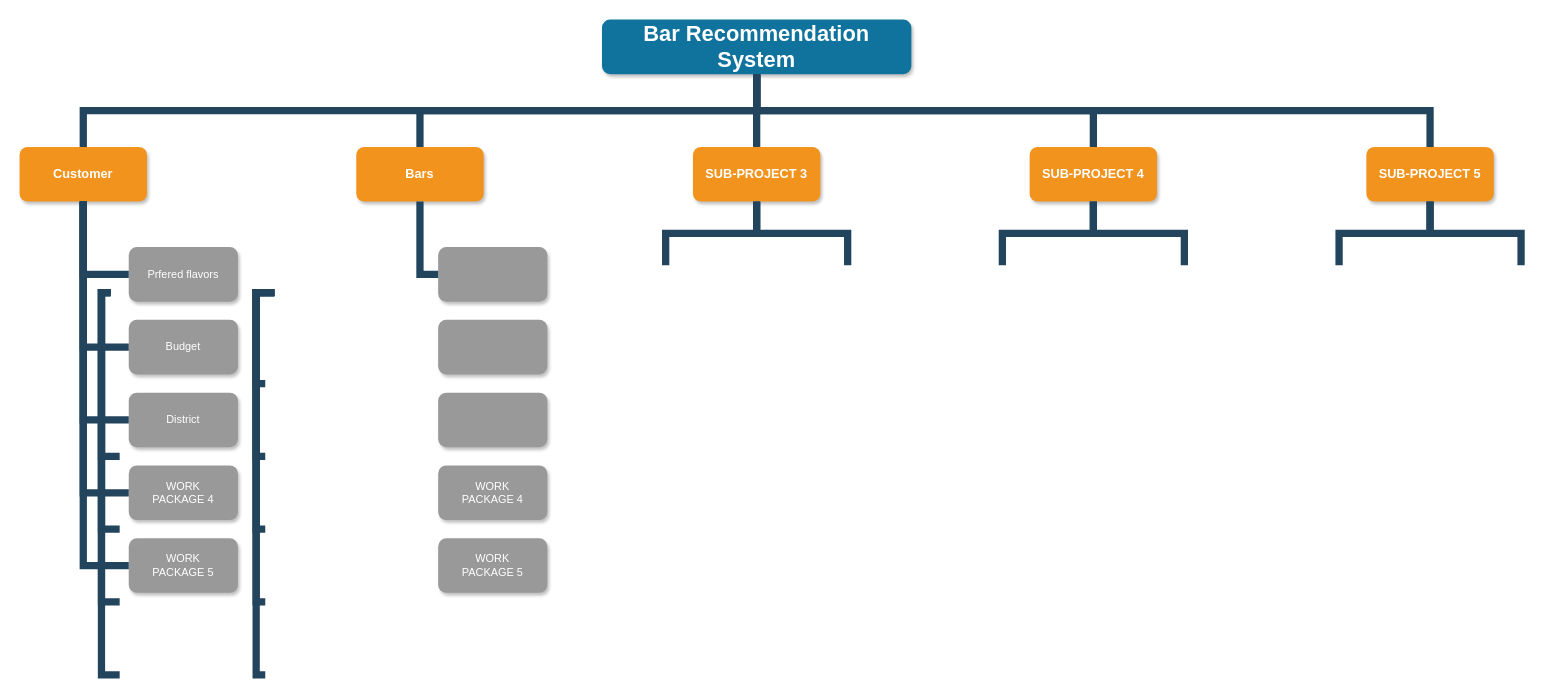
Above: DBMS_System_Fuctions.drawio in tp12356twNccu/Database_NCCU (draw.io), before the change. Source tidied: cells renumbered, new cells numbered last; positions are measured from the earlier drawing's top-left corner, leaving out a move shared by most shapes. Both pictures are drawn from the tidied source at 91%, with x=0, y=0 at pixel (19, 19).
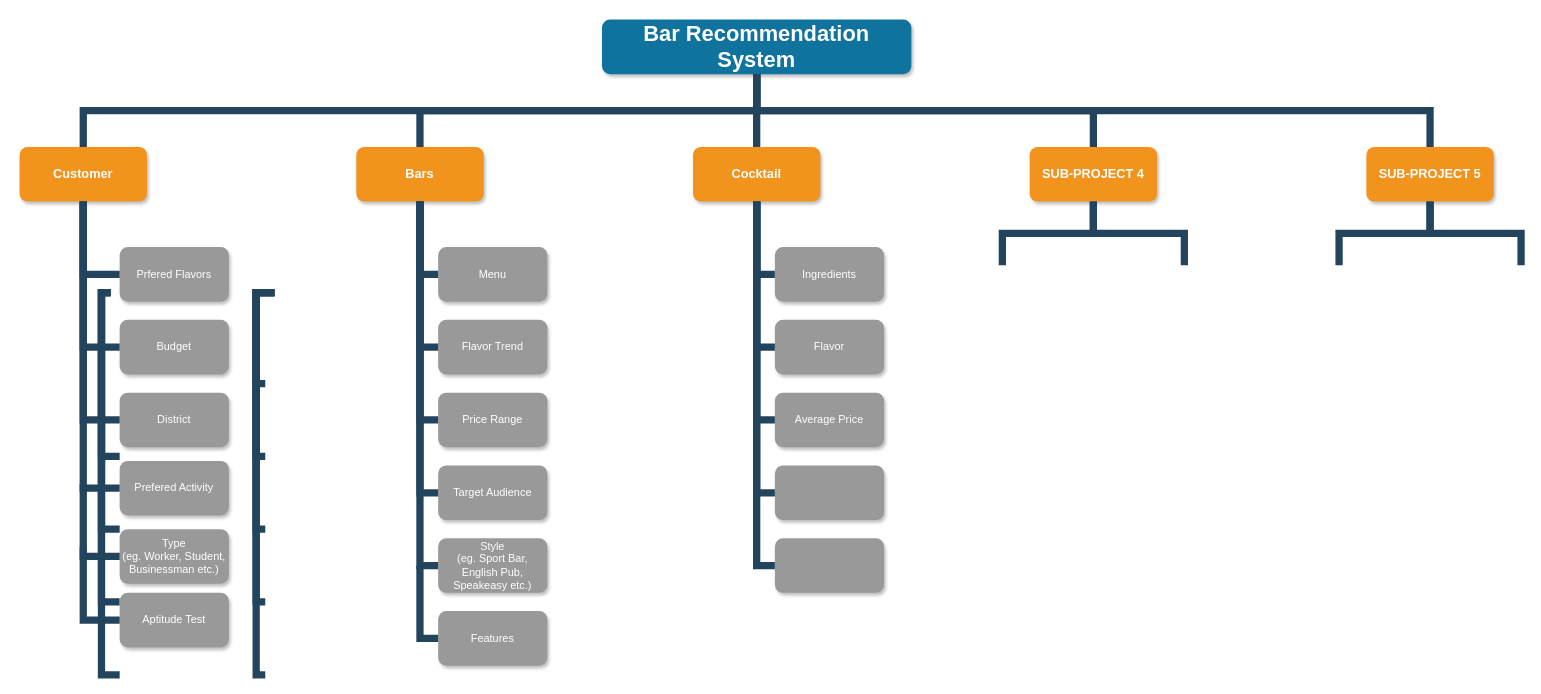
Above is the later version.

The change refers to these unchanged cells:
```xml
<mxCell id="2" value="Bar Recommendation System" style="whiteSpace=wrap;rounded=1;shadow=1;fillColor=#10739E;strokeColor=none;fontColor=#FFFFFF;fontStyle=1;fontSize=24;" parent="1" vertex="1">
  <mxGeometry x="640" width="340" height="60" as="geometry" />
</mxCell>
<mxCell id="3" value="Customer" style="whiteSpace=wrap;rounded=1;fillColor=#F2931E;strokeColor=none;shadow=1;fontColor=#FFFFFF;fontStyle=1;fontSize=14;" parent="1" vertex="1">
  <mxGeometry y="140" width="140" height="60" as="geometry" />
</mxCell>
<mxCell id="4" value="Bars" style="whiteSpace=wrap;rounded=1;fillColor=#F2931E;strokeColor=none;shadow=1;fontColor=#FFFFFF;fontStyle=1;fontSize=14;" parent="1" vertex="1">
  <mxGeometry x="370" y="140" width="140" height="60" as="geometry" />
</mxCell>
```

Diff of the diagram source:
```diff
@@
-    <mxCell id="5" value="SUB-PROJECT 3" style="whiteSpace=wrap;rounded=1;fillColor=#F2931E;strokeColor=none;shadow=1;fontColor=#FFFFFF;fontStyle=1;fontSize=14;" parent="1" vertex="1">
-      <mxGeometry x="740" y="140" width="140" height="60" as="geometry" />
-    </mxCell>
@@
-    <mxCell id="8" value="Prfered flavors" style="whiteSpace=wrap;rounded=1;fillColor=#999999;strokeColor=none;shadow=1;fontColor=#FFFFFF;fontStyle=0;" parent="1" vertex="1">
-      <mxGeometry x="120" y="250" width="120" height="60" as="geometry" />
+    <mxCell id="8" value="Prfered Flavors" style="whiteSpace=wrap;rounded=1;fillColor=#999999;strokeColor=none;shadow=1;fontColor=#FFFFFF;fontStyle=0;" parent="1" vertex="1">
+      <mxGeometry x="110" y="250" width="120" height="60" as="geometry" />
     </mxCell>
     <mxCell id="9" value="Budget" style="whiteSpace=wrap;rounded=1;fillColor=#999999;strokeColor=none;shadow=1;fontColor=#FFFFFF;fontStyle=0;" parent="1" vertex="1">
-      <mxGeometry x="120" y="330" width="120" height="60" as="geometry" />
+      <mxGeometry x="110" y="330" width="120" height="60" as="geometry" />
     </mxCell>
     <mxCell id="10" value="District" style="whiteSpace=wrap;rounded=1;fillColor=#999999;strokeColor=none;shadow=1;fontColor=#FFFFFF;fontStyle=0;" parent="1" vertex="1">
-      <mxGeometry x="120" y="410" width="120" height="60" as="geometry" />
+      <mxGeometry x="110" y="410" width="120" height="60" as="geometry" />
     </mxCell>
-    <mxCell id="11" value="WORK&#10;PACKAGE 4" style="whiteSpace=wrap;rounded=1;fillColor=#999999;strokeColor=none;shadow=1;fontColor=#FFFFFF;fontStyle=0;" parent="1" vertex="1">
-      <mxGeometry x="120" y="490" width="120" height="60" as="geometry" />
-    </mxCell>
-    <mxCell id="12" value="WORK&#10;PACKAGE 5" style="whiteSpace=wrap;rounded=1;fillColor=#999999;strokeColor=none;shadow=1;fontColor=#FFFFFF;fontStyle=0;" parent="1" vertex="1">
-      <mxGeometry x="120" y="570" width="120" height="60" as="geometry" />
-    </mxCell>
@@
-    <mxCell id="22" style="edgeStyle=elbowEdgeStyle;elbow=vertical;rounded=0;fontColor=#000000;endArrow=none;endFill=0;strokeWidth=8;strokeColor=#23445D;" parent="1" edge="1" source="5">
-      <mxGeometry relative="1" as="geometry">
-        <mxPoint x="710" y="270" as="targetPoint" />
-      </mxGeometry>
-    </mxCell>
-    <mxCell id="23" style="edgeStyle=elbowEdgeStyle;elbow=vertical;rounded=0;fontColor=#000000;endArrow=none;endFill=0;strokeWidth=8;strokeColor=#23445D;" parent="1" edge="1" source="5">
-      <mxGeometry relative="1" as="geometry">
-        <mxPoint x="910" y="270" as="targetPoint" />
-      </mxGeometry>
-    </mxCell>
@@
-    <mxCell id="30" style="edgeStyle=elbowEdgeStyle;elbow=vertical;rounded=0;fontColor=#000000;endArrow=none;endFill=0;strokeWidth=8;strokeColor=#23445D;" parent="1" edge="1" source="2" target="5">
+    <mxCell id="30" style="edgeStyle=elbowEdgeStyle;elbow=vertical;rounded=0;fontColor=#000000;endArrow=none;endFill=0;strokeWidth=8;strokeColor=#23445D;entryX=0.5;entryY=0;entryDx=0;entryDy=0;" parent="1" edge="1" source="2" target="52">
       <mxGeometry relative="1" as="geometry" />
     </mxCell>
@@
-    <mxCell id="36" style="edgeStyle=elbowEdgeStyle;elbow=horizontal;rounded=0;fontColor=#000000;endArrow=none;endFill=0;strokeWidth=8;strokeColor=#23445D;exitX=0.5;exitY=1;exitDx=0;exitDy=0;entryX=0;entryY=0.5;entryDx=0;entryDy=0;" parent="1" edge="1" target="11">
-      <mxGeometry relative="1" as="geometry">
-        <mxPoint x="70" y="200" as="sourcePoint" />
-        <Array as="points">
-          <mxPoint x="70" y="250" />
-        </Array>
-      </mxGeometry>
-    </mxCell>
-    <mxCell id="37" style="edgeStyle=elbowEdgeStyle;elbow=horizontal;rounded=0;fontColor=#000000;endArrow=none;endFill=0;strokeWidth=8;strokeColor=#23445D;exitX=0.5;exitY=1;exitDx=0;exitDy=0;entryX=0;entryY=0.5;entryDx=0;entryDy=0;" parent="1" edge="1" target="12">
-      <mxGeometry relative="1" as="geometry">
-        <mxPoint x="70" y="200" as="sourcePoint" />
-        <Array as="points">
-          <mxPoint x="70" y="250" />
-        </Array>
-      </mxGeometry>
-    </mxCell>
-    <mxCell id="38" style="whiteSpace=wrap;rounded=1;fillColor=#999999;strokeColor=none;shadow=1;fontColor=#FFFFFF;fontStyle=0;" parent="1" vertex="1">
+    <mxCell id="38" value="Menu" style="whiteSpace=wrap;rounded=1;fillColor=#999999;strokeColor=none;shadow=1;fontColor=#FFFFFF;fontStyle=0;" parent="1" vertex="1">
       <mxGeometry x="460" y="250" width="120" height="60" as="geometry" />
     </mxCell>
-    <mxCell id="39" style="whiteSpace=wrap;rounded=1;fillColor=#999999;strokeColor=none;shadow=1;fontColor=#FFFFFF;fontStyle=0;" parent="1" vertex="1">
+    <mxCell id="39" value="Flavor Trend" style="whiteSpace=wrap;rounded=1;fillColor=#999999;strokeColor=none;shadow=1;fontColor=#FFFFFF;fontStyle=0;" parent="1" vertex="1">
       <mxGeometry x="460" y="330" width="120" height="60" as="geometry" />
     </mxCell>
-    <mxCell id="40" style="whiteSpace=wrap;rounded=1;fillColor=#999999;strokeColor=none;shadow=1;fontColor=#FFFFFF;fontStyle=0;" parent="1" vertex="1">
+    <mxCell id="40" value="Price Range" style="whiteSpace=wrap;rounded=1;fillColor=#999999;strokeColor=none;shadow=1;fontColor=#FFFFFF;fontStyle=0;" parent="1" vertex="1">
       <mxGeometry x="460" y="410" width="120" height="60" as="geometry" />
     </mxCell>
-    <mxCell id="41" value="WORK&#10;PACKAGE 4" style="whiteSpace=wrap;rounded=1;fillColor=#999999;strokeColor=none;shadow=1;fontColor=#FFFFFF;fontStyle=0;" parent="1" vertex="1">
+    <mxCell id="41" value="Target Audience" style="whiteSpace=wrap;rounded=1;fillColor=#999999;strokeColor=none;shadow=1;fontColor=#FFFFFF;fontStyle=0;" parent="1" vertex="1">
       <mxGeometry x="460" y="490" width="120" height="60" as="geometry" />
     </mxCell>
-    <mxCell id="42" value="WORK&#10;PACKAGE 5" style="whiteSpace=wrap;rounded=1;fillColor=#999999;strokeColor=none;shadow=1;fontColor=#FFFFFF;fontStyle=0;" parent="1" vertex="1">
+    <mxCell id="42" value="Style&#10;(eg. Sport Bar, English Pub,&#10;Speakeasy etc.)" style="whiteSpace=wrap;rounded=1;fillColor=#999999;strokeColor=none;shadow=1;fontColor=#FFFFFF;fontStyle=0;" parent="1" vertex="1">
       <mxGeometry x="460" y="570" width="120" height="60" as="geometry" />
     </mxCell>
@@
+    <mxCell id="44" style="edgeStyle=elbowEdgeStyle;elbow=horizontal;rounded=0;fontColor=#000000;endArrow=none;endFill=0;strokeWidth=8;strokeColor=#23445D;entryX=0;entryY=0.5;entryDx=0;entryDy=0;" parent="1" edge="1" target="39">
+      <mxGeometry relative="1" as="geometry">
+        <mxPoint x="440" y="200" as="sourcePoint" />
+        <Array as="points">
+          <mxPoint x="440" y="300" />
+        </Array>
+      </mxGeometry>
+    </mxCell>
+    <mxCell id="45" style="edgeStyle=elbowEdgeStyle;elbow=horizontal;rounded=0;fontColor=#000000;endArrow=none;endFill=0;strokeWidth=8;strokeColor=#23445D;entryX=0;entryY=0.5;entryDx=0;entryDy=0;exitX=0.5;exitY=1;exitDx=0;exitDy=0;" parent="1" edge="1" source="4" target="40">
+      <mxGeometry relative="1" as="geometry">
+        <Array as="points">
+          <mxPoint x="440" y="310" />
+        </Array>
+      </mxGeometry>
+    </mxCell>
+    <mxCell id="46" value="Prefered Activity" style="whiteSpace=wrap;rounded=1;fillColor=#999999;strokeColor=none;shadow=1;fontColor=#FFFFFF;fontStyle=0;" parent="1" vertex="1">
+      <mxGeometry x="110" y="485" width="120" height="60" as="geometry" />
+    </mxCell>
+    <mxCell id="47" style="edgeStyle=elbowEdgeStyle;elbow=horizontal;rounded=0;fontColor=#000000;endArrow=none;endFill=0;strokeWidth=8;strokeColor=#23445D;entryX=0;entryY=0.5;entryDx=0;entryDy=0;exitX=0.5;exitY=1;exitDx=0;exitDy=0;" parent="1" edge="1" source="3" target="46">
+      <mxGeometry relative="1" as="geometry">
+        <Array as="points">
+          <mxPoint x="70" y="485" />
+        </Array>
+      </mxGeometry>
+    </mxCell>
+    <mxCell id="48" style="edgeStyle=elbowEdgeStyle;elbow=horizontal;rounded=0;fontColor=#000000;endArrow=none;endFill=0;strokeWidth=8;strokeColor=#23445D;entryX=0;entryY=0.5;entryDx=0;entryDy=0;exitX=0.5;exitY=1;exitDx=0;exitDy=0;" parent="1" edge="1" source="4" target="41">
+      <mxGeometry relative="1" as="geometry">
+        <Array as="points">
+          <mxPoint x="440" y="360" />
+        </Array>
+      </mxGeometry>
+    </mxCell>
+    <mxCell id="49" style="edgeStyle=elbowEdgeStyle;elbow=horizontal;rounded=0;fontColor=#000000;endArrow=none;endFill=0;strokeWidth=8;strokeColor=#23445D;entryX=0;entryY=0.5;entryDx=0;entryDy=0;exitX=0.5;exitY=1;exitDx=0;exitDy=0;" parent="1" edge="1" source="4" target="42">
+      <mxGeometry relative="1" as="geometry">
+        <Array as="points">
+          <mxPoint x="440" y="370" />
+        </Array>
+      </mxGeometry>
+    </mxCell>
+    <mxCell id="50" value="Type&#10;(eg. Worker, Student, Businessman etc.)" style="whiteSpace=wrap;rounded=1;fillColor=#999999;strokeColor=none;shadow=1;fontColor=#FFFFFF;fontStyle=0;" parent="1" vertex="1">
+      <mxGeometry x="110" y="560" width="120" height="60" as="geometry" />
+    </mxCell>
+    <mxCell id="51" style="edgeStyle=elbowEdgeStyle;elbow=horizontal;rounded=0;fontColor=#000000;endArrow=none;endFill=0;strokeWidth=8;strokeColor=#23445D;exitX=0.5;exitY=1;exitDx=0;exitDy=0;entryX=0;entryY=0.5;entryDx=0;entryDy=0;" parent="1" edge="1" target="50">
+      <mxGeometry relative="1" as="geometry">
+        <mxPoint x="70" y="510" as="sourcePoint" />
+        <Array as="points">
+          <mxPoint x="70" y="560" />
+        </Array>
+      </mxGeometry>
+    </mxCell>
+    <mxCell id="52" value="Cocktail" style="whiteSpace=wrap;rounded=1;fillColor=#F2931E;strokeColor=none;shadow=1;fontColor=#FFFFFF;fontStyle=1;fontSize=14;" parent="1" vertex="1">
+      <mxGeometry x="740" y="140" width="140" height="60" as="geometry" />
+    </mxCell>
+    <mxCell id="53" value="Ingredients" style="whiteSpace=wrap;rounded=1;fillColor=#999999;strokeColor=none;shadow=1;fontColor=#FFFFFF;fontStyle=0;" parent="1" vertex="1">
+      <mxGeometry x="830" y="250" width="120" height="60" as="geometry" />
+    </mxCell>
+    <mxCell id="54" value="Flavor" style="whiteSpace=wrap;rounded=1;fillColor=#999999;strokeColor=none;shadow=1;fontColor=#FFFFFF;fontStyle=0;" parent="1" vertex="1">
+      <mxGeometry x="830" y="330" width="120" height="60" as="geometry" />
+    </mxCell>
+    <mxCell id="55" value="Average Price" style="whiteSpace=wrap;rounded=1;fillColor=#999999;strokeColor=none;shadow=1;fontColor=#FFFFFF;fontStyle=0;" parent="1" vertex="1">
+      <mxGeometry x="830" y="410" width="120" height="60" as="geometry" />
+    </mxCell>
+    <mxCell id="56" style="whiteSpace=wrap;rounded=1;fillColor=#999999;strokeColor=none;shadow=1;fontColor=#FFFFFF;fontStyle=0;" parent="1" vertex="1">
+      <mxGeometry x="830" y="490" width="120" height="60" as="geometry" />
+    </mxCell>
+    <mxCell id="57" style="whiteSpace=wrap;rounded=1;fillColor=#999999;strokeColor=none;shadow=1;fontColor=#FFFFFF;fontStyle=0;" parent="1" vertex="1">
+      <mxGeometry x="830" y="570" width="120" height="60" as="geometry" />
+    </mxCell>
+    <mxCell id="58" style="edgeStyle=elbowEdgeStyle;elbow=horizontal;rounded=0;fontColor=#000000;endArrow=none;endFill=0;strokeWidth=8;strokeColor=#23445D;entryX=0;entryY=0.5;entryDx=0;entryDy=0;exitX=0.5;exitY=1;exitDx=0;exitDy=0;" parent="1" edge="1" source="52" target="53">
+      <mxGeometry relative="1" as="geometry">
+        <Array as="points">
+          <mxPoint x="810" y="300" />
+        </Array>
+      </mxGeometry>
+    </mxCell>
+    <mxCell id="59" style="edgeStyle=elbowEdgeStyle;elbow=horizontal;rounded=0;fontColor=#000000;endArrow=none;endFill=0;strokeWidth=8;strokeColor=#23445D;entryX=0;entryY=0.5;entryDx=0;entryDy=0;" parent="1" edge="1" target="54">
+      <mxGeometry relative="1" as="geometry">
+        <mxPoint x="810" y="200" as="sourcePoint" />
+        <Array as="points">
+          <mxPoint x="810" y="300" />
+        </Array>
+      </mxGeometry>
+    </mxCell>
+    <mxCell id="60" style="edgeStyle=elbowEdgeStyle;elbow=horizontal;rounded=0;fontColor=#000000;endArrow=none;endFill=0;strokeWidth=8;strokeColor=#23445D;entryX=0;entryY=0.5;entryDx=0;entryDy=0;exitX=0.5;exitY=1;exitDx=0;exitDy=0;" parent="1" edge="1" source="52" target="55">
+      <mxGeometry relative="1" as="geometry">
+        <Array as="points">
+          <mxPoint x="810" y="310" />
+        </Array>
+      </mxGeometry>
+    </mxCell>
+    <mxCell id="61" style="edgeStyle=elbowEdgeStyle;elbow=horizontal;rounded=0;fontColor=#000000;endArrow=none;endFill=0;strokeWidth=8;strokeColor=#23445D;entryX=0;entryY=0.5;entryDx=0;entryDy=0;exitX=0.5;exitY=1;exitDx=0;exitDy=0;" parent="1" edge="1" source="52" target="56">
+      <mxGeometry relative="1" as="geometry">
+        <Array as="points">
+          <mxPoint x="810" y="360" />
+        </Array>
+      </mxGeometry>
+    </mxCell>
+    <mxCell id="62" style="edgeStyle=elbowEdgeStyle;elbow=horizontal;rounded=0;fontColor=#000000;endArrow=none;endFill=0;strokeWidth=8;strokeColor=#23445D;entryX=0;entryY=0.5;entryDx=0;entryDy=0;exitX=0.5;exitY=1;exitDx=0;exitDy=0;" parent="1" edge="1" source="52" target="57">
+      <mxGeometry relative="1" as="geometry">
+        <Array as="points">
+          <mxPoint x="810" y="370" />
+        </Array>
+      </mxGeometry>
+    </mxCell>
+    <mxCell id="63" value="Features" style="whiteSpace=wrap;rounded=1;fillColor=#999999;strokeColor=none;shadow=1;fontColor=#FFFFFF;fontStyle=0;" parent="1" vertex="1">
+      <mxGeometry x="460" y="650" width="120" height="60" as="geometry" />
+    </mxCell>
+    <mxCell id="64" style="edgeStyle=elbowEdgeStyle;elbow=horizontal;rounded=0;fontColor=#000000;endArrow=none;endFill=0;strokeWidth=8;strokeColor=#23445D;entryX=0;entryY=0.5;entryDx=0;entryDy=0;exitX=0.5;exitY=1;exitDx=0;exitDy=0;" parent="1" edge="1" target="63">
+      <mxGeometry relative="1" as="geometry">
+        <mxPoint x="440" y="600" as="sourcePoint" />
+        <Array as="points">
+          <mxPoint x="440" y="700" />
+        </Array>
+      </mxGeometry>
+    </mxCell>
+    <mxCell id="65" value="Aptitude Test" style="whiteSpace=wrap;rounded=1;fillColor=#999999;strokeColor=none;shadow=1;fontColor=#FFFFFF;fontStyle=0;" parent="1" vertex="1">
+      <mxGeometry x="110" y="630" width="120" height="60" as="geometry" />
+    </mxCell>
+    <mxCell id="66" style="edgeStyle=elbowEdgeStyle;elbow=horizontal;rounded=0;fontColor=#000000;endArrow=none;endFill=0;strokeWidth=8;strokeColor=#23445D;exitX=0.5;exitY=1;exitDx=0;exitDy=0;entryX=0;entryY=0.5;entryDx=0;entryDy=0;" parent="1" edge="1" target="65">
+      <mxGeometry relative="1" as="geometry">
+        <mxPoint x="70" y="580" as="sourcePoint" />
+        <Array as="points">
+          <mxPoint x="70" y="630" />
+        </Array>
+      </mxGeometry>
+    </mxCell>
```
